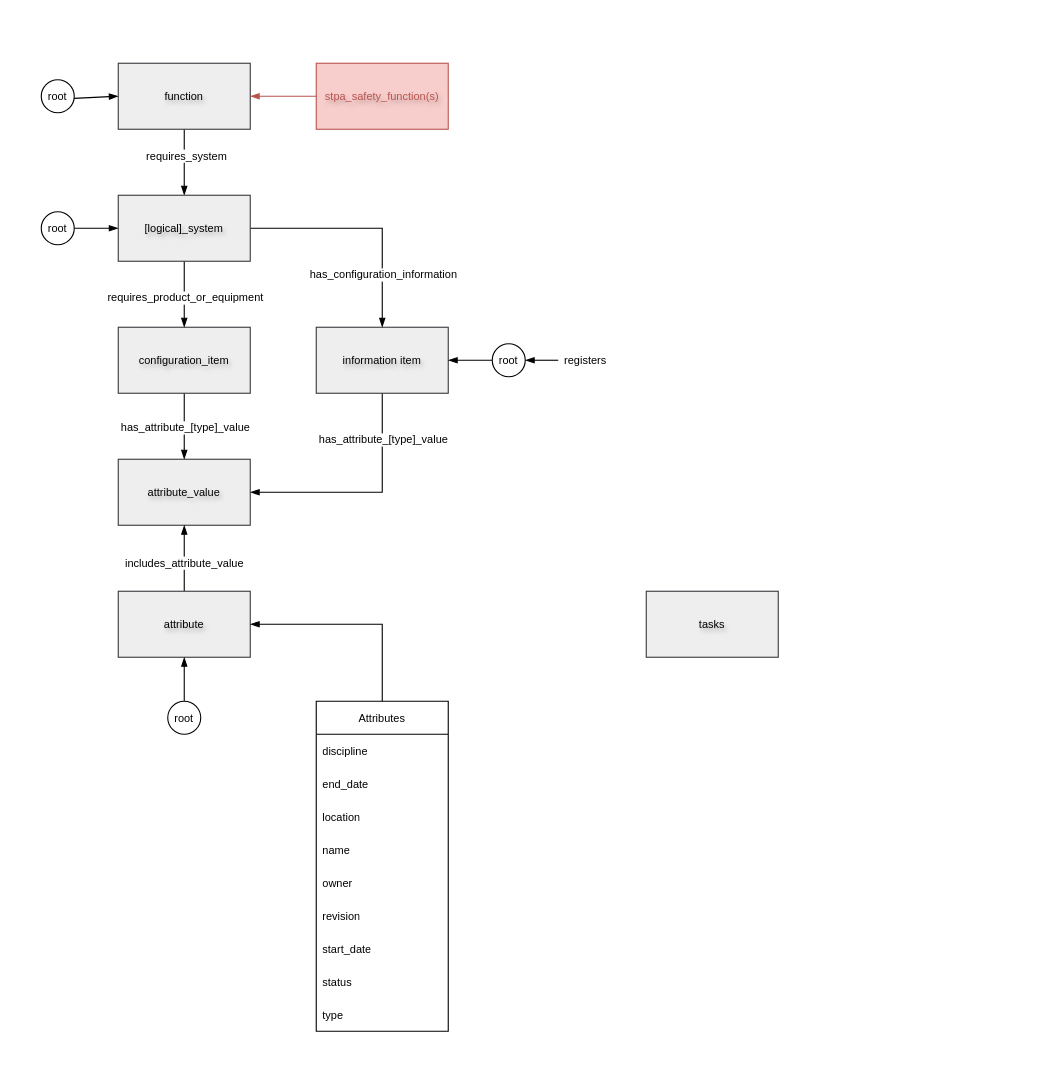
davidwilliamriley/tracer-dash keeps this draw.io diagram as page "Generic Product Specification - Objects" (2 of 8) of app/docs/data_model.drawio. Above is the earlier version. Source tidied: cells renumbered, new cells numbered last; positions are measured from the earlier drawing's top-left corner, leaving out a move shared by most shapes. Both pictures are drawn from the tidied source at 110%, with x=0, y=0 at pixel (41, 63).
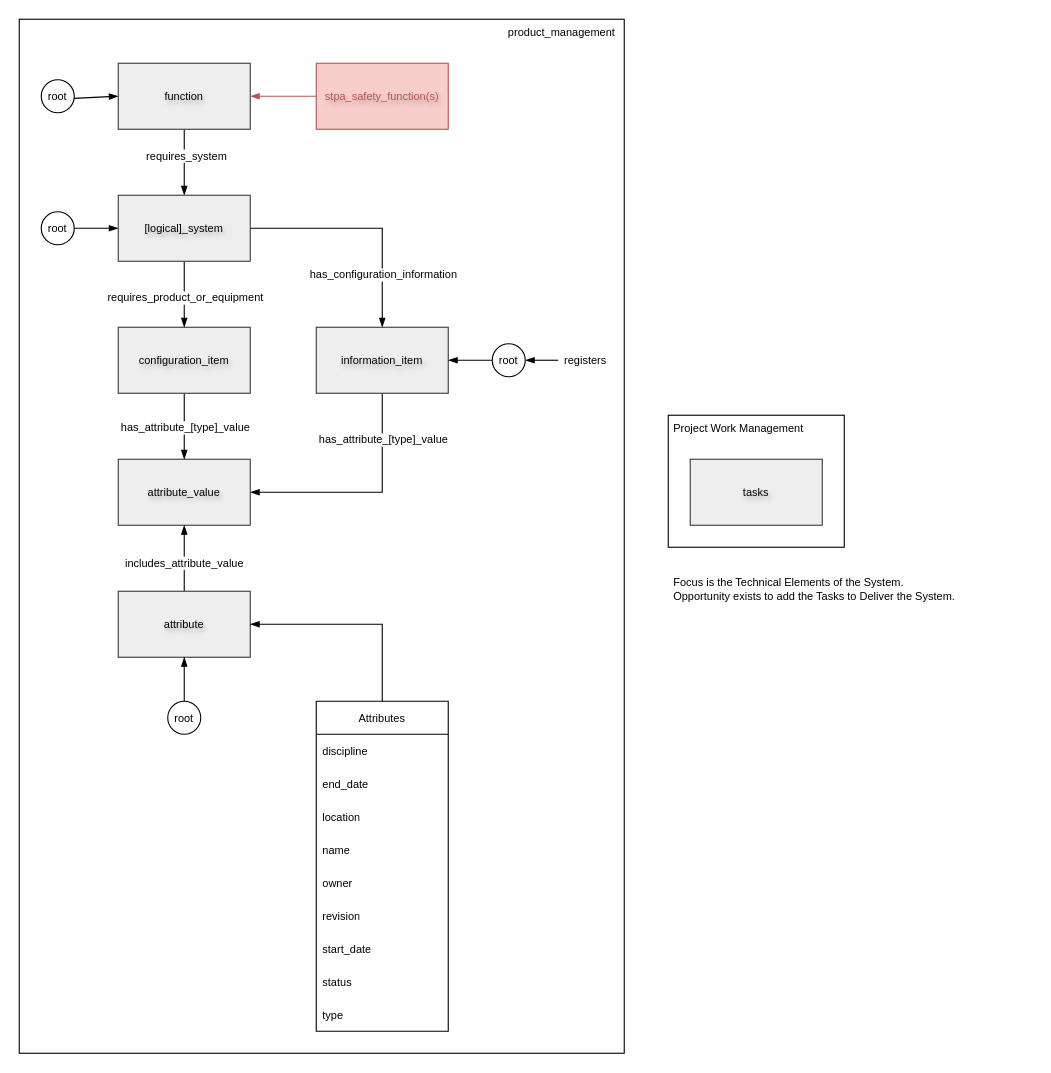
Above is the later version.

Diff of the diagram source:
```diff
@@
+    <mxCell id="44" value="product_management" style="rounded=0;whiteSpace=wrap;html=1;fillColor=none;fontSize=10;verticalAlign=top;align=right;spacingLeft=6;spacingRight=6;" parent="1" vertex="1">
+      <mxGeometry x="-20" y="-40" width="550" height="940" as="geometry" />
+    </mxCell>
+    <mxCell id="45" value="Project Work Management" style="rounded=0;whiteSpace=wrap;html=1;fillColor=none;align=left;verticalAlign=top;fontSize=10;spacingLeft=3;" parent="1" vertex="1">
+      <mxGeometry x="570" y="320" width="160" height="120" as="geometry" />
+    </mxCell>
@@
-    <mxCell id="4" value="&lt;div&gt;&lt;font style=&quot;color: rgb(0, 0, 0);&quot;&gt;information item&lt;/font&gt;&lt;/div&gt;" style="rounded=0;whiteSpace=wrap;html=1;fontSize=10;fillColor=#eeeeee;strokeColor=#36393d;textShadow=1;" parent="1" vertex="1">
+    <mxCell id="4" value="&lt;div&gt;&lt;font style=&quot;color: rgb(0, 0, 0);&quot;&gt;information_item&lt;/font&gt;&lt;/div&gt;" style="rounded=0;whiteSpace=wrap;html=1;fontSize=10;fillColor=#eeeeee;strokeColor=#36393d;textShadow=1;" parent="1" vertex="1">
       <mxGeometry x="250" y="240" width="120" height="60" as="geometry" />
     </mxCell>
@@
     <mxCell id="43" value="tasks" style="rounded=0;whiteSpace=wrap;html=1;fontSize=10;fillColor=#eeeeee;strokeColor=#36393d;textShadow=1;" parent="1" vertex="1">
-      <mxGeometry x="550" y="480" width="120" height="60" as="geometry" />
+      <mxGeometry x="590" y="360" width="120" height="60" as="geometry" />
     </mxCell>
+    <mxCell id="46" value="Focus is the Technical Elements of the System.&lt;div&gt;&lt;span style=&quot;background-color: transparent; color: light-dark(rgb(0, 0, 0), rgb(255, 255, 255));&quot;&gt;Opportunity exists to add the Tasks to Deliver the System.&lt;/span&gt;&lt;/div&gt;" style="text;html=1;align=left;verticalAlign=top;whiteSpace=wrap;rounded=0;spacingLeft=3;fontSize=10;" parent="1" vertex="1">
+      <mxGeometry x="570" y="460" width="330" height="120" as="geometry" />
+    </mxCell>
```
